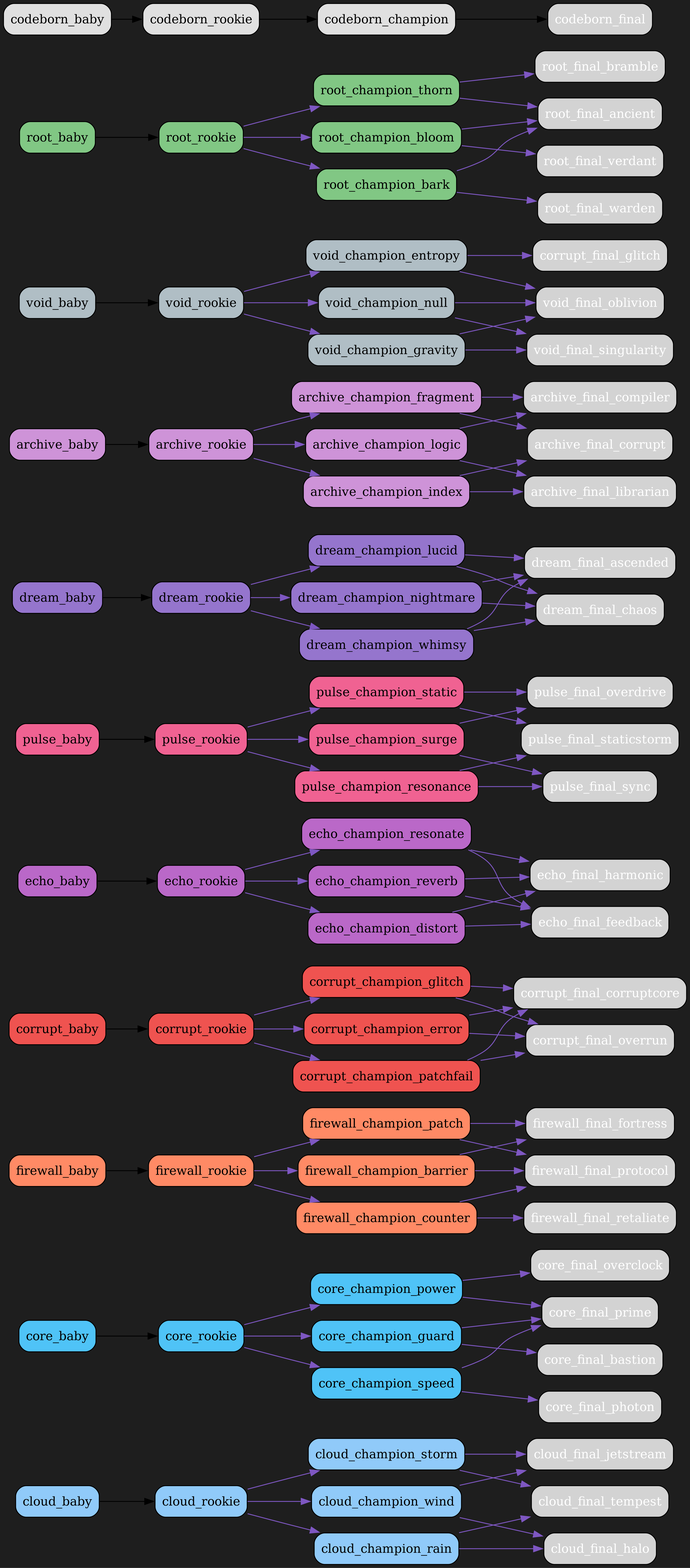
Before: src/netgrid/systems/evolution/graphs/dark/evolution_graph_dark.png, a diagram exported from Graphviz (bwlight/NetGrid). Its source is kept beside it as src/netgrid/systems/evolution/graphs/dark/evolution_graph_dark.dot.
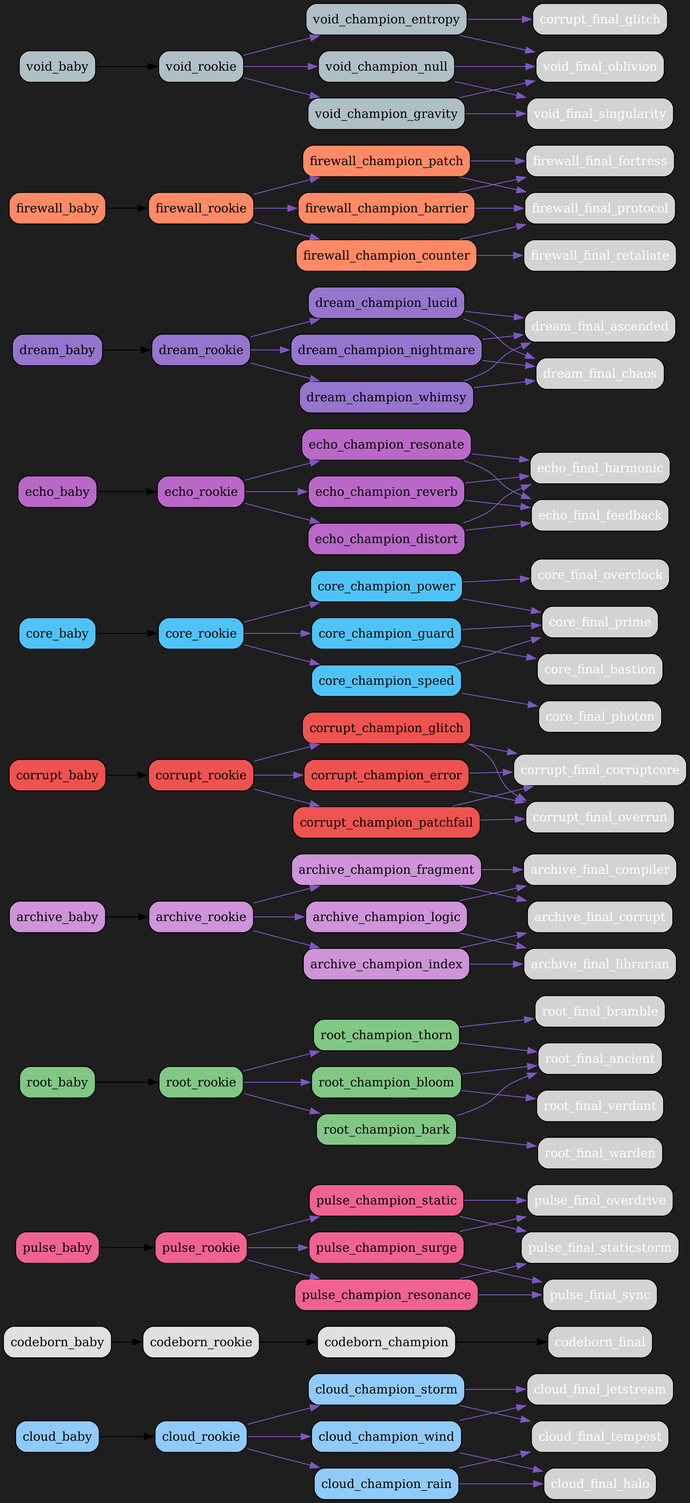
The same diagram one commit later.

Commit message:
Auto-update evolution graphs

Change to the diagram source:
```diff
@@ -17,6 +17,72 @@
   "cloud_champion_storm" [fillcolor="#90caf9", fontcolor="black"];
   "cloud_champion_storm" -> "cloud_final_tempest" [color="#7e57c2"];
   "cloud_champion_storm" -> "cloud_final_jetstream" [color="#7e57c2"];
+  "codeborn_baby" [fillcolor="#e0e0e0", fontcolor="black"];
+  "codeborn_baby" -> "codeborn_rookie";
+  "codeborn_rookie" [fillcolor="#e0e0e0", fontcolor="black"];
+  "codeborn_rookie" -> "codeborn_champion";
+  "codeborn_champion" [fillcolor="#e0e0e0", fontcolor="black"];
+  "codeborn_champion" -> "codeborn_final";
+  "pulse_baby" [fillcolor="#f06292", fontcolor="black"];
+  "pulse_baby" -> "pulse_rookie";
+  "pulse_rookie" [fillcolor="#f06292", fontcolor="black"];
+  "pulse_rookie" -> "pulse_champion_surge" [color="#7e57c2"];
+  "pulse_rookie" -> "pulse_champion_resonance" [color="#7e57c2"];
+  "pulse_rookie" -> "pulse_champion_static" [color="#7e57c2"];
+  "pulse_champion_surge" [fillcolor="#f06292", fontcolor="black"];
+  "pulse_champion_surge" -> "pulse_final_overdrive" [color="#7e57c2"];
+  "pulse_champion_surge" -> "pulse_final_sync" [color="#7e57c2"];
+  "pulse_champion_resonance" [fillcolor="#f06292", fontcolor="black"];
+  "pulse_champion_resonance" -> "pulse_final_sync" [color="#7e57c2"];
+  "pulse_champion_resonance" -> "pulse_final_staticstorm" [color="#7e57c2"];
+  "pulse_champion_static" [fillcolor="#f06292", fontcolor="black"];
+  "pulse_champion_static" -> "pulse_final_staticstorm" [color="#7e57c2"];
+  "pulse_champion_static" -> "pulse_final_overdrive" [color="#7e57c2"];
+  "root_baby" [fillcolor="#81c784", fontcolor="black"];
+  "root_baby" -> "root_rookie";
+  "root_rookie" [fillcolor="#81c784", fontcolor="black"];
+  "root_rookie" -> "root_champion_thorn" [color="#7e57c2"];
+  "root_rookie" -> "root_champion_bloom" [color="#7e57c2"];
+  "root_rookie" -> "root_champion_bark" [color="#7e57c2"];
+  "root_champion_thorn" [fillcolor="#81c784", fontcolor="black"];
+  "root_champion_thorn" -> "root_final_bramble" [color="#7e57c2"];
+  "root_champion_thorn" -> "root_final_ancient" [color="#7e57c2"];
+  "root_champion_bloom" [fillcolor="#81c784", fontcolor="black"];
+  "root_champion_bloom" -> "root_final_ancient" [color="#7e57c2"];
+  "root_champion_bloom" -> "root_final_verdant" [color="#7e57c2"];
+  "root_champion_bark" [fillcolor="#81c784", fontcolor="black"];
+  "root_champion_bark" -> "root_final_warden" [color="#7e57c2"];
+  "root_champion_bark" -> "root_final_ancient" [color="#7e57c2"];
+  "archive_baby" [fillcolor="#ce93d8", fontcolor="black"];
+  "archive_baby" -> "archive_rookie";
+  "archive_rookie" [fillcolor="#ce93d8", fontcolor="black"];
+  "archive_rookie" -> "archive_champion_logic" [color="#7e57c2"];
+  "archive_rookie" -> "archive_champion_index" [color="#7e57c2"];
+  "archive_rookie" -> "archive_champion_fragment" [color="#7e57c2"];
+  "archive_champion_logic" [fillcolor="#ce93d8", fontcolor="black"];
+  "archive_champion_logic" -> "archive_final_compiler" [color="#7e57c2"];
+  "archive_champion_logic" -> "archive_final_librarian" [color="#7e57c2"];
+  "archive_champion_index" [fillcolor="#ce93d8", fontcolor="black"];
+  "archive_champion_index" -> "archive_final_librarian" [color="#7e57c2"];
+  "archive_champion_index" -> "archive_final_corrupt" [color="#7e57c2"];
+  "archive_champion_fragment" [fillcolor="#ce93d8", fontcolor="black"];
+  "archive_champion_fragment" -> "archive_final_corrupt" [color="#7e57c2"];
+  "archive_champion_fragment" -> "archive_final_compiler" [color="#7e57c2"];
+  "corrupt_baby" [fillcolor="#ef5350", fontcolor="black"];
+  "corrupt_baby" -> "corrupt_rookie";
+  "corrupt_rookie" [fillcolor="#ef5350", fontcolor="black"];
+  "corrupt_rookie" -> "corrupt_champion_glitch" [color="#7e57c2"];
+  "corrupt_rookie" -> "corrupt_champion_error" [color="#7e57c2"];
+  "corrupt_rookie" -> "corrupt_champion_patchfail" [color="#7e57c2"];
+  "corrupt_champion_glitch" [fillcolor="#ef5350", fontcolor="black"];
+  "corrupt_champion_glitch" -> "corrupt_final_corruptcore" [color="#7e57c2"];
+  "corrupt_champion_glitch" -> "corrupt_final_overrun" [color="#7e57c2"];
+  "corrupt_champion_error" [fillcolor="#ef5350", fontcolor="black"];
+  "corrupt_champion_error" -> "corrupt_final_overrun" [color="#7e57c2"];
+  "corrupt_champion_error" -> "corrupt_final_corruptcore" [color="#7e57c2"];
+  "corrupt_champion_patchfail" [fillcolor="#ef5350", fontcolor="black"];
+  "corrupt_champion_patchfail" -> "corrupt_final_corruptcore" [color="#7e57c2"];
+  "corrupt_champion_patchfail" -> "corrupt_final_overrun" [color="#7e57c2"];
   "core_baby" [fillcolor="#4fc3f7", fontcolor="black"];
   "core_baby" -> "core_rookie";
   "core_rookie" [fillcolor="#4fc3f7", fontcolor="black"];
@@ -32,6 +98,36 @@
   "core_champion_speed" [fillcolor="#4fc3f7", fontcolor="black"];
   "core_champion_speed" -> "core_final_photon" [color="#7e57c2"];
   "core_champion_speed" -> "core_final_prime" [color="#7e57c2"];
+  "echo_baby" [fillcolor="#ba68c8", fontcolor="black"];
+  "echo_baby" -> "echo_rookie";
+  "echo_rookie" [fillcolor="#ba68c8", fontcolor="black"];
+  "echo_rookie" -> "echo_champion_resonate" [color="#7e57c2"];
+  "echo_rookie" -> "echo_champion_reverb" [color="#7e57c2"];
+  "echo_rookie" -> "echo_champion_distort" [color="#7e57c2"];
+  "echo_champion_resonate" [fillcolor="#ba68c8", fontcolor="black"];
+  "echo_champion_resonate" -> "echo_final_harmonic" [color="#7e57c2"];
+  "echo_champion_resonate" -> "echo_final_feedback" [color="#7e57c2"];
+  "echo_champion_reverb" [fillcolor="#ba68c8", fontcolor="black"];
+  "echo_champion_reverb" -> "echo_final_feedback" [color="#7e57c2"];
+  "echo_champion_reverb" -> "echo_final_harmonic" [color="#7e57c2"];
+  "echo_champion_distort" [fillcolor="#ba68c8", fontcolor="black"];
+  "echo_champion_distort" -> "echo_final_feedback" [color="#7e57c2"];
+  "echo_champion_distort" -> "echo_final_harmonic" [color="#7e57c2"];
+  "dream_baby" [fillcolor="#9575cd", fontcolor="black"];
+  "dream_baby" -> "dream_rookie";
+  "dream_rookie" [fillcolor="#9575cd", fontcolor="black"];
+  "dream_rookie" -> "dream_champion_lucid" [color="#7e57c2"];
+  "dream_rookie" -> "dream_champion_nightmare" [color="#7e57c2"];
+  "dream_rookie" -> "dream_champion_whimsy" [color="#7e57c2"];
+  "dream_champion_lucid" [fillcolor="#9575cd", fontcolor="black"];
+  "dream_champion_lucid" -> "dream_final_ascended" [color="#7e57c2"];
+  "dream_champion_lucid" -> "dream_final_chaos" [color="#7e57c2"];
+  "dream_champion_nightmare" [fillcolor="#9575cd", fontcolor="black"];
+  "dream_champion_nightmare" -> "dream_final_chaos" [color="#7e57c2"];
+  "dream_champion_nightmare" -> "dream_final_ascended" [color="#7e57c2"];
+  "dream_champion_whimsy" [fillcolor="#9575cd", fontcolor="black"];
+  "dream_champion_whimsy" -> "dream_final_ascended" [color="#7e57c2"];
+  "dream_champion_whimsy" -> "dream_final_chaos" [color="#7e57c2"];
   "firewall_baby" [fillcolor="#ff8a65", fontcolor="black"];
   "firewall_baby" -> "firewall_rookie";
   "firewall_rookie" [fillcolor="#ff8a65", fontcolor="black"];
@@ -47,81 +143,6 @@
   "firewall_champion_patch" [fillcolor="#ff8a65", fontcolor="black"];
   "firewall_champion_patch" -> "firewall_final_protocol" [color="#7e57c2"];
   "firewall_champion_patch" -> "firewall_final_fortress" [color="#7e57c2"];
-  "corrupt_baby" [fillcolor="#ef5350", fontcolor="black"];
-  "corrupt_baby" -> "corrupt_rookie";
-  "corrupt_rookie" [fillcolor="#ef5350", fontcolor="black"];
-  "corrupt_rookie" -> "corrupt_champion_glitch" [color="#7e57c2"];
-  "corrupt_rookie" -> "corrupt_champion_error" [color="#7e57c2"];
-  "corrupt_rookie" -> "corrupt_champion_patchfail" [color="#7e57c2"];
-  "corrupt_champion_glitch" [fillcolor="#ef5350", fontcolor="black"];
-  "corrupt_champion_glitch" -> "corrupt_final_corruptcore" [color="#7e57c2"];
-  "corrupt_champion_glitch" -> "corrupt_final_overrun" [color="#7e57c2"];
-  "corrupt_champion_error" [fillcolor="#ef5350", fontcolor="black"];
-  "corrupt_champion_error" -> "corrupt_final_overrun" [color="#7e57c2"];
-  "corrupt_champion_error" -> "corrupt_final_corruptcore" [color="#7e57c2"];
-  "corrupt_champion_patchfail" [fillcolor="#ef5350", fontcolor="black"];
-  "corrupt_champion_patchfail" -> "corrupt_final_corruptcore" [color="#7e57c2"];
-  "corrupt_champion_patchfail" -> "corrupt_final_overrun" [color="#7e57c2"];
-  "echo_baby" [fillcolor="#ba68c8", fontcolor="black"];
-  "echo_baby" -> "echo_rookie";
-  "echo_rookie" [fillcolor="#ba68c8", fontcolor="black"];
-  "echo_rookie" -> "echo_champion_resonate" [color="#7e57c2"];
-  "echo_rookie" -> "echo_champion_reverb" [color="#7e57c2"];
-  "echo_rookie" -> "echo_champion_distort" [color="#7e57c2"];
-  "echo_champion_resonate" [fillcolor="#ba68c8", fontcolor="black"];
-  "echo_champion_resonate" -> "echo_final_harmonic" [color="#7e57c2"];
-  "echo_champion_resonate" -> "echo_final_feedback" [color="#7e57c2"];
-  "echo_champion_reverb" [fillcolor="#ba68c8", fontcolor="black"];
-  "echo_champion_reverb" -> "echo_final_feedback" [color="#7e57c2"];
-  "echo_champion_reverb" -> "echo_final_harmonic" [color="#7e57c2"];
-  "echo_champion_distort" [fillcolor="#ba68c8", fontcolor="black"];
-  "echo_champion_distort" -> "echo_final_feedback" [color="#7e57c2"];
-  "echo_champion_distort" -> "echo_final_harmonic" [color="#7e57c2"];
-  "pulse_baby" [fillcolor="#f06292", fontcolor="black"];
-  "pulse_baby" -> "pulse_rookie";
-  "pulse_rookie" [fillcolor="#f06292", fontcolor="black"];
-  "pulse_rookie" -> "pulse_champion_surge" [color="#7e57c2"];
-  "pulse_rookie" -> "pulse_champion_resonance" [color="#7e57c2"];
-  "pulse_rookie" -> "pulse_champion_static" [color="#7e57c2"];
-  "pulse_champion_surge" [fillcolor="#f06292", fontcolor="black"];
-  "pulse_champion_surge" -> "pulse_final_overdrive" [color="#7e57c2"];
-  "pulse_champion_surge" -> "pulse_final_sync" [color="#7e57c2"];
-  "pulse_champion_resonance" [fillcolor="#f06292", fontcolor="black"];
-  "pulse_champion_resonance" -> "pulse_final_sync" [color="#7e57c2"];
-  "pulse_champion_resonance" -> "pulse_final_staticstorm" [color="#7e57c2"];
-  "pulse_champion_static" [fillcolor="#f06292", fontcolor="black"];
-  "pulse_champion_static" -> "pulse_final_staticstorm" [color="#7e57c2"];
-  "pulse_champion_static" -> "pulse_final_overdrive" [color="#7e57c2"];
-  "dream_baby" [fillcolor="#9575cd", fontcolor="black"];
-  "dream_baby" -> "dream_rookie";
-  "dream_rookie" [fillcolor="#9575cd", fontcolor="black"];
-  "dream_rookie" -> "dream_champion_lucid" [color="#7e57c2"];
-  "dream_rookie" -> "dream_champion_nightmare" [color="#7e57c2"];
-  "dream_rookie" -> "dream_champion_whimsy" [color="#7e57c2"];
-  "dream_champion_lucid" [fillcolor="#9575cd", fontcolor="black"];
-  "dream_champion_lucid" -> "dream_final_ascended" [color="#7e57c2"];
-  "dream_champion_lucid" -> "dream_final_chaos" [color="#7e57c2"];
-  "dream_champion_nightmare" [fillcolor="#9575cd", fontcolor="black"];
-  "dream_champion_nightmare" -> "dream_final_chaos" [color="#7e57c2"];
-  "dream_champion_nightmare" -> "dream_final_ascended" [color="#7e57c2"];
-  "dream_champion_whimsy" [fillcolor="#9575cd", fontcolor="black"];
-  "dream_champion_whimsy" -> "dream_final_ascended" [color="#7e57c2"];
-  "dream_champion_whimsy" -> "dream_final_chaos" [color="#7e57c2"];
-  "archive_baby" [fillcolor="#ce93d8", fontcolor="black"];
-  "archive_baby" -> "archive_rookie";
-  "archive_rookie" [fillcolor="#ce93d8", fontcolor="black"];
-  "archive_rookie" -> "archive_champion_logic" [color="#7e57c2"];
-  "archive_rookie" -> "archive_champion_index" [color="#7e57c2"];
-  "archive_rookie" -> "archive_champion_fragment" [color="#7e57c2"];
-  "archive_champion_logic" [fillcolor="#ce93d8", fontcolor="black"];
-  "archive_champion_logic" -> "archive_final_compiler" [color="#7e57c2"];
-  "archive_champion_logic" -> "archive_final_librarian" [color="#7e57c2"];
-  "archive_champion_index" [fillcolor="#ce93d8", fontcolor="black"];
-  "archive_champion_index" -> "archive_final_librarian" [color="#7e57c2"];
-  "archive_champion_index" -> "archive_final_corrupt" [color="#7e57c2"];
-  "archive_champion_fragment" [fillcolor="#ce93d8", fontcolor="black"];
-  "archive_champion_fragment" -> "archive_final_corrupt" [color="#7e57c2"];
-  "archive_champion_fragment" -> "archive_final_compiler" [color="#7e57c2"];
   "void_baby" [fillcolor="#b0bec5", fontcolor="black"];
   "void_baby" -> "void_rookie";
   "void_rookie" [fillcolor="#b0bec5", fontcolor="black"];
@@ -137,25 +158,4 @@
   "void_champion_null" [fillcolor="#b0bec5", fontcolor="black"];
   "void_champion_null" -> "void_final_oblivion" [color="#7e57c2"];
   "void_champion_null" -> "void_final_singularity" [color="#7e57c2"];
-  "root_baby" [fillcolor="#81c784", fontcolor="black"];
-  "root_baby" -> "root_rookie";
-  "root_rookie" [fillcolor="#81c784", fontcolor="black"];
-  "root_rookie" -> "root_champion_thorn" [color="#7e57c2"];
-  "root_rookie" -> "root_champion_bloom" [color="#7e57c2"];
-  "root_rookie" -> "root_champion_bark" [color="#7e57c2"];
-  "root_champion_thorn" [fillcolor="#81c784", fontcolor="black"];
-  "root_champion_thorn" -> "root_final_bramble" [color="#7e57c2"];
-  "root_champion_thorn" -> "root_final_ancient" [color="#7e57c2"];
-  "root_champion_bloom" [fillcolor="#81c784", fontcolor="black"];
-  "root_champion_bloom" -> "root_final_ancient" [color="#7e57c2"];
-  "root_champion_bloom" -> "root_final_verdant" [color="#7e57c2"];
-  "root_champion_bark" [fillcolor="#81c784", fontcolor="black"];
-  "root_champion_bark" -> "root_final_warden" [color="#7e57c2"];
-  "root_champion_bark" -> "root_final_ancient" [color="#7e57c2"];
-  "codeborn_baby" [fillcolor="#e0e0e0", fontcolor="black"];
-  "codeborn_baby" -> "codeborn_rookie";
-  "codeborn_rookie" [fillcolor="#e0e0e0", fontcolor="black"];
-  "codeborn_rookie" -> "codeborn_champion";
-  "codeborn_champion" [fillcolor="#e0e0e0", fontcolor="black"];
-  "codeborn_champion" -> "codeborn_final";
 }
```
